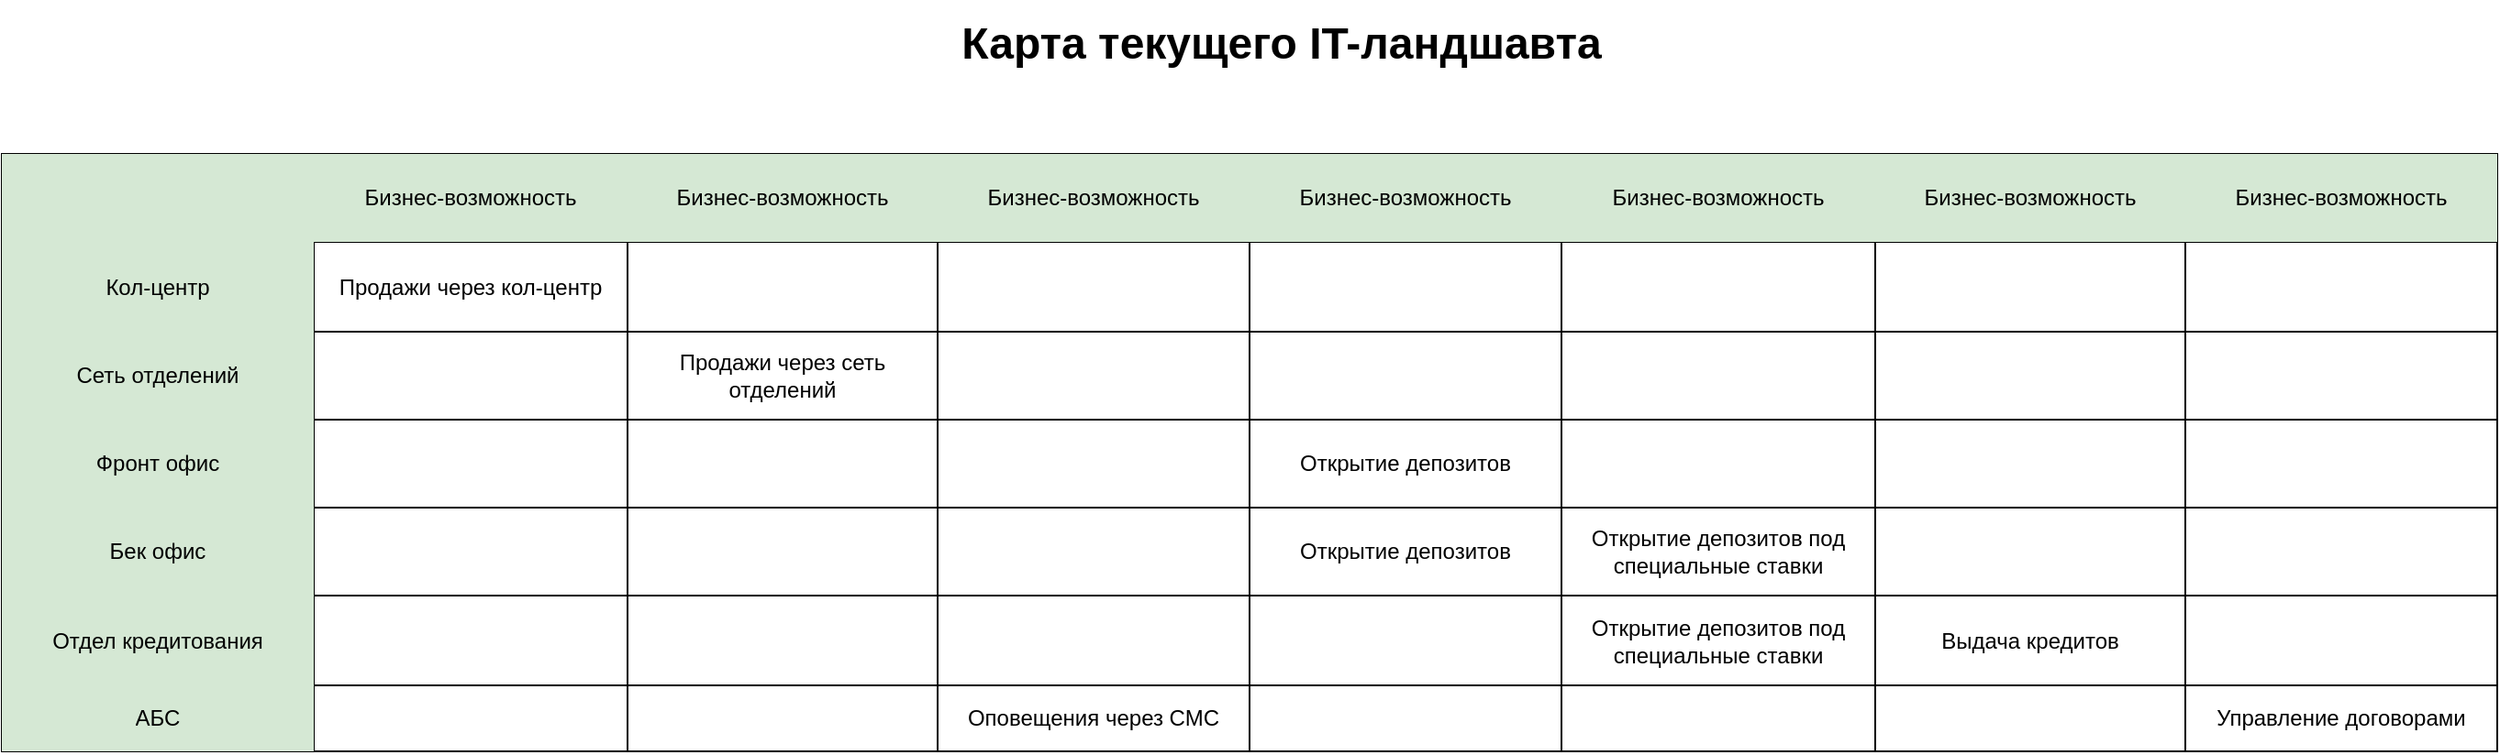
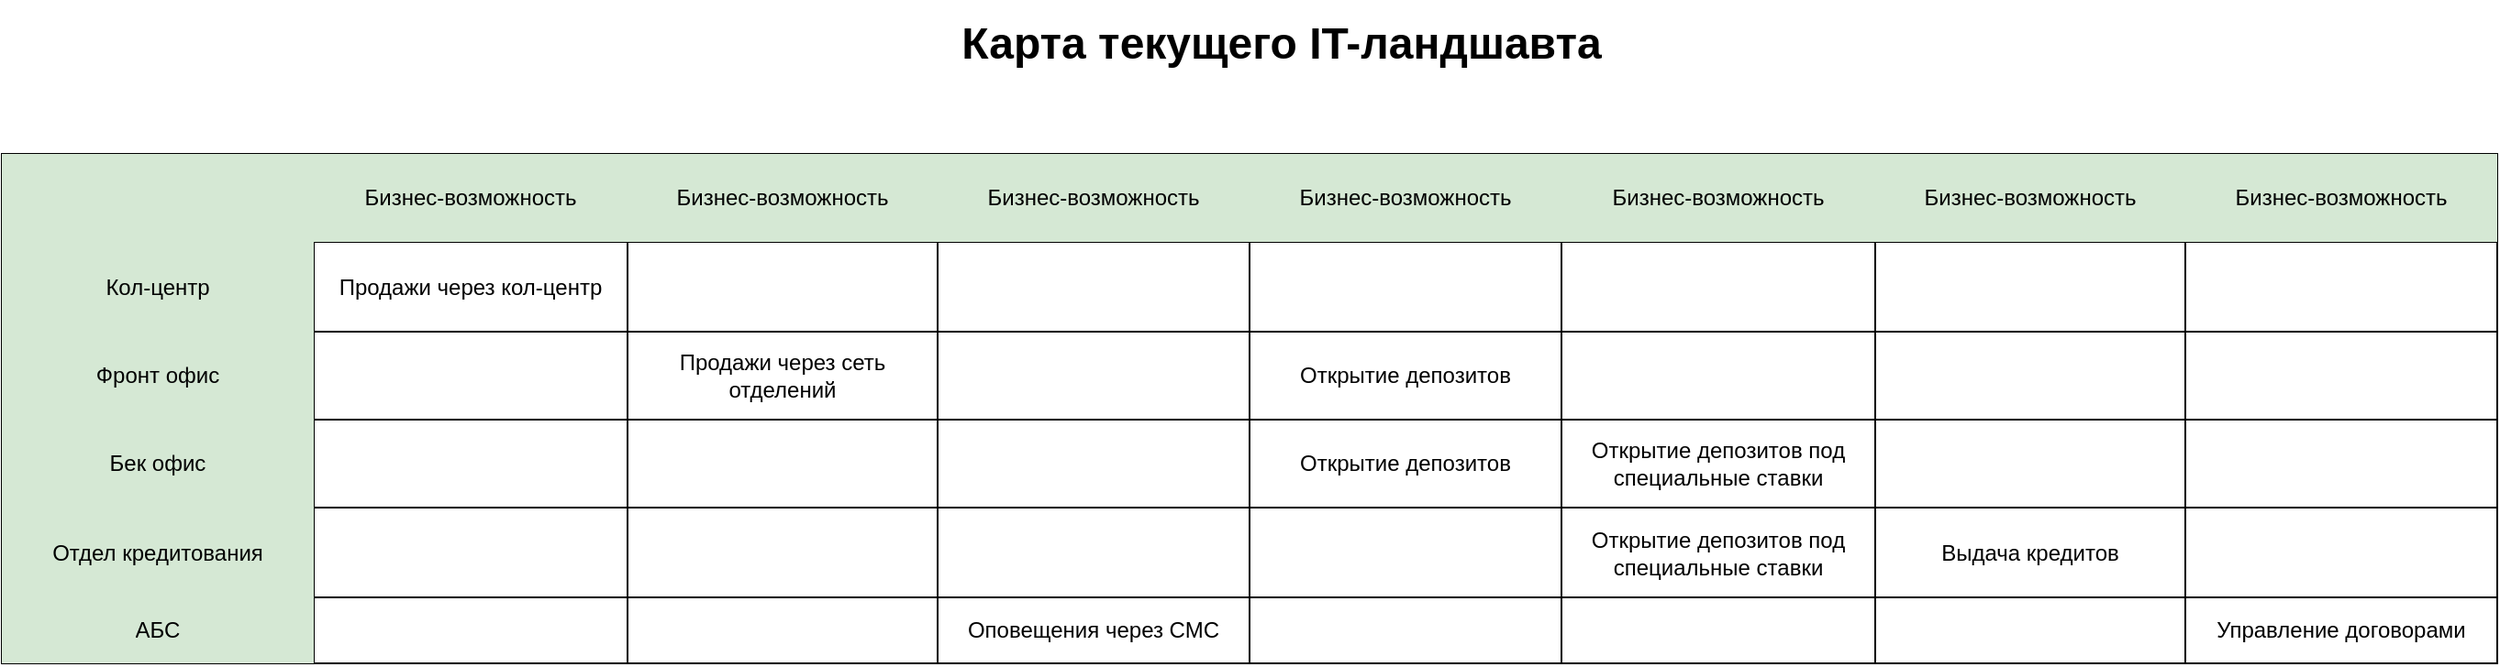
<mxfile host="Electron" agent="Mozilla/5.0 (Windows NT 10.0; Win64; x64) AppleWebKit/537.36 (KHTML, like Gecko) draw.io/28.0.4 Chrome/138.0.7204.97 Electron/37.2.1 Safari/537.36" version="28.0.4">
  <diagram name="Page-1" id="bd83a815-5ea8-2e97-e5ec-87c9f400f2fa">
-     <mxGraphModel dx="2084" dy="1252" grid="1" gridSize="10" guides="1" tooltips="1" connect="1" arrows="1" fold="1" page="1" pageScale="1.5" pageWidth="1169" pageHeight="826" background="none" math="0" shadow="0">
+     <mxGraphModel dx="1042" dy="626" grid="1" gridSize="10" guides="1" tooltips="1" connect="1" arrows="1" fold="1" page="1" pageScale="1.5" pageWidth="1169" pageHeight="826" background="none" math="0" shadow="0">
      <root>
        <mxCell id="0" style=";html=1;" />
        <mxCell id="1" style=";html=1;" parent="0" />
        <mxCell id="1516e18e63f93b96-3" value="Карта текущего IT-ландшавта" style="text;strokeColor=none;fillColor=none;html=1;fontSize=24;fontStyle=1;verticalAlign=middle;align=center;rounded=0;shadow=1;" parent="1" vertex="1">
          <mxGeometry x="487" y="70" width="780" height="40" as="geometry" />
        </mxCell>
-         <mxCell id="Nek5XBPTCzxstixbVNgh-3" value="" style="shape=table;startSize=0;container=1;collapsible=0;childLayout=tableLayout;" vertex="1" parent="1">
-           <mxGeometry x="180" y="150" width="1360" height="326" as="geometry" />
-         </mxCell>
-         <mxCell id="Nek5XBPTCzxstixbVNgh-4" value="" style="shape=tableRow;horizontal=0;startSize=0;swimlaneHead=0;swimlaneBody=0;strokeColor=inherit;top=0;left=0;bottom=0;right=0;collapsible=0;dropTarget=0;fillColor=none;points=[[0,0.5],[1,0.5]];portConstraint=eastwest;" vertex="1" parent="Nek5XBPTCzxstixbVNgh-3">
+         <mxCell id="Nek5XBPTCzxstixbVNgh-3" value="" style="shape=table;startSize=0;container=1;collapsible=0;childLayout=tableLayout;" parent="1" vertex="1">
+           <mxGeometry x="180" y="150" width="1360" height="278" as="geometry" />
+         </mxCell>
+         <mxCell id="Nek5XBPTCzxstixbVNgh-4" value="" style="shape=tableRow;horizontal=0;startSize=0;swimlaneHead=0;swimlaneBody=0;strokeColor=inherit;top=0;left=0;bottom=0;right=0;collapsible=0;dropTarget=0;fillColor=none;points=[[0,0.5],[1,0.5]];portConstraint=eastwest;" parent="Nek5XBPTCzxstixbVNgh-3" vertex="1">
          <mxGeometry width="1360" height="48" as="geometry" />
        </mxCell>
-         <mxCell id="Nek5XBPTCzxstixbVNgh-5" value="" style="shape=partialRectangle;html=1;whiteSpace=wrap;connectable=0;strokeColor=#000000;overflow=hidden;fillColor=#d5e8d4;top=0;left=0;bottom=0;right=0;pointerEvents=1;strokeWidth=2;" vertex="1" parent="Nek5XBPTCzxstixbVNgh-4">
+         <mxCell id="Nek5XBPTCzxstixbVNgh-5" value="" style="shape=partialRectangle;html=1;whiteSpace=wrap;connectable=0;strokeColor=#000000;overflow=hidden;fillColor=#d5e8d4;top=0;left=0;bottom=0;right=0;pointerEvents=1;strokeWidth=2;" parent="Nek5XBPTCzxstixbVNgh-4" vertex="1">
          <mxGeometry width="170" height="48" as="geometry">
            <mxRectangle width="170" height="48" as="alternateBounds" />
          </mxGeometry>
        </mxCell>
-         <mxCell id="Nek5XBPTCzxstixbVNgh-6" value="Бизнес-возможность" style="shape=partialRectangle;html=1;whiteSpace=wrap;connectable=0;strokeColor=#82b366;overflow=hidden;fillColor=#d5e8d4;top=0;left=0;bottom=0;right=0;pointerEvents=1;" vertex="1" parent="Nek5XBPTCzxstixbVNgh-4">
+         <mxCell id="Nek5XBPTCzxstixbVNgh-6" value="Бизнес-возможность" style="shape=partialRectangle;html=1;whiteSpace=wrap;connectable=0;strokeColor=#82b366;overflow=hidden;fillColor=#d5e8d4;top=0;left=0;bottom=0;right=0;pointerEvents=1;" parent="Nek5XBPTCzxstixbVNgh-4" vertex="1">
          <mxGeometry x="170" width="171" height="48" as="geometry">
            <mxRectangle width="171" height="48" as="alternateBounds" />
          </mxGeometry>
        </mxCell>
-         <mxCell id="Nek5XBPTCzxstixbVNgh-7" value="Бизнес-возможность" style="shape=partialRectangle;html=1;whiteSpace=wrap;connectable=0;strokeColor=#82b366;overflow=hidden;fillColor=#d5e8d4;top=0;left=0;bottom=0;right=0;pointerEvents=1;" vertex="1" parent="Nek5XBPTCzxstixbVNgh-4">
+         <mxCell id="Nek5XBPTCzxstixbVNgh-7" value="Бизнес-возможность" style="shape=partialRectangle;html=1;whiteSpace=wrap;connectable=0;strokeColor=#82b366;overflow=hidden;fillColor=#d5e8d4;top=0;left=0;bottom=0;right=0;pointerEvents=1;" parent="Nek5XBPTCzxstixbVNgh-4" vertex="1">
          <mxGeometry x="341" width="169" height="48" as="geometry">
            <mxRectangle width="169" height="48" as="alternateBounds" />
          </mxGeometry>
        </mxCell>
-         <mxCell id="Nek5XBPTCzxstixbVNgh-8" value="Бизнес-возможность" style="shape=partialRectangle;html=1;whiteSpace=wrap;connectable=0;strokeColor=#82b366;overflow=hidden;fillColor=#d5e8d4;top=0;left=0;bottom=0;right=0;pointerEvents=1;" vertex="1" parent="Nek5XBPTCzxstixbVNgh-4">
+         <mxCell id="Nek5XBPTCzxstixbVNgh-8" value="Бизнес-возможность" style="shape=partialRectangle;html=1;whiteSpace=wrap;connectable=0;strokeColor=#82b366;overflow=hidden;fillColor=#d5e8d4;top=0;left=0;bottom=0;right=0;pointerEvents=1;" parent="Nek5XBPTCzxstixbVNgh-4" vertex="1">
          <mxGeometry x="510" width="170" height="48" as="geometry">
            <mxRectangle width="170" height="48" as="alternateBounds" />
          </mxGeometry>
        </mxCell>
-         <mxCell id="Nek5XBPTCzxstixbVNgh-9" value="Бизнес-возможность" style="shape=partialRectangle;html=1;whiteSpace=wrap;connectable=0;strokeColor=#82b366;overflow=hidden;fillColor=#d5e8d4;top=0;left=0;bottom=0;right=0;pointerEvents=1;" vertex="1" parent="Nek5XBPTCzxstixbVNgh-4">
+         <mxCell id="Nek5XBPTCzxstixbVNgh-9" value="Бизнес-возможность" style="shape=partialRectangle;html=1;whiteSpace=wrap;connectable=0;strokeColor=#82b366;overflow=hidden;fillColor=#d5e8d4;top=0;left=0;bottom=0;right=0;pointerEvents=1;" parent="Nek5XBPTCzxstixbVNgh-4" vertex="1">
          <mxGeometry x="680" width="170" height="48" as="geometry">
            <mxRectangle width="170" height="48" as="alternateBounds" />
          </mxGeometry>
        </mxCell>
-         <mxCell id="Nek5XBPTCzxstixbVNgh-10" value="Бизнес-возможность" style="shape=partialRectangle;html=1;whiteSpace=wrap;connectable=0;strokeColor=#82b366;overflow=hidden;fillColor=#d5e8d4;top=0;left=0;bottom=0;right=0;pointerEvents=1;" vertex="1" parent="Nek5XBPTCzxstixbVNgh-4">
+         <mxCell id="Nek5XBPTCzxstixbVNgh-10" value="Бизнес-возможность" style="shape=partialRectangle;html=1;whiteSpace=wrap;connectable=0;strokeColor=#82b366;overflow=hidden;fillColor=#d5e8d4;top=0;left=0;bottom=0;right=0;pointerEvents=1;" parent="Nek5XBPTCzxstixbVNgh-4" vertex="1">
          <mxGeometry x="850" width="171" height="48" as="geometry">
            <mxRectangle width="171" height="48" as="alternateBounds" />
          </mxGeometry>
        </mxCell>
-         <mxCell id="Nek5XBPTCzxstixbVNgh-11" value="Бизнес-возможность" style="shape=partialRectangle;html=1;whiteSpace=wrap;connectable=0;strokeColor=#82b366;overflow=hidden;fillColor=#d5e8d4;top=0;left=0;bottom=0;right=0;pointerEvents=1;" vertex="1" parent="Nek5XBPTCzxstixbVNgh-4">
+         <mxCell id="Nek5XBPTCzxstixbVNgh-11" value="Бизнес-возможность" style="shape=partialRectangle;html=1;whiteSpace=wrap;connectable=0;strokeColor=#82b366;overflow=hidden;fillColor=#d5e8d4;top=0;left=0;bottom=0;right=0;pointerEvents=1;" parent="Nek5XBPTCzxstixbVNgh-4" vertex="1">
          <mxGeometry x="1021" width="169" height="48" as="geometry">
            <mxRectangle width="169" height="48" as="alternateBounds" />
          </mxGeometry>
        </mxCell>
-         <mxCell id="Nek5XBPTCzxstixbVNgh-12" value="Бизнес-возможность" style="shape=partialRectangle;html=1;whiteSpace=wrap;connectable=0;strokeColor=#82b366;overflow=hidden;fillColor=#d5e8d4;top=0;left=0;bottom=0;right=0;pointerEvents=1;" vertex="1" parent="Nek5XBPTCzxstixbVNgh-4">
+         <mxCell id="Nek5XBPTCzxstixbVNgh-12" value="Бизнес-возможность" style="shape=partialRectangle;html=1;whiteSpace=wrap;connectable=0;strokeColor=#82b366;overflow=hidden;fillColor=#d5e8d4;top=0;left=0;bottom=0;right=0;pointerEvents=1;" parent="Nek5XBPTCzxstixbVNgh-4" vertex="1">
          <mxGeometry x="1190" width="170" height="48" as="geometry">
            <mxRectangle width="170" height="48" as="alternateBounds" />
          </mxGeometry>
        </mxCell>
-         <mxCell id="Nek5XBPTCzxstixbVNgh-13" value="" style="shape=tableRow;horizontal=0;startSize=0;swimlaneHead=0;swimlaneBody=0;strokeColor=inherit;top=0;left=0;bottom=0;right=0;collapsible=0;dropTarget=0;fillColor=none;points=[[0,0.5],[1,0.5]];portConstraint=eastwest;" vertex="1" parent="Nek5XBPTCzxstixbVNgh-3">
+         <mxCell id="Nek5XBPTCzxstixbVNgh-13" value="" style="shape=tableRow;horizontal=0;startSize=0;swimlaneHead=0;swimlaneBody=0;strokeColor=inherit;top=0;left=0;bottom=0;right=0;collapsible=0;dropTarget=0;fillColor=none;points=[[0,0.5],[1,0.5]];portConstraint=eastwest;" parent="Nek5XBPTCzxstixbVNgh-3" vertex="1">
          <mxGeometry y="48" width="1360" height="49" as="geometry" />
        </mxCell>
-         <mxCell id="Nek5XBPTCzxstixbVNgh-14" value="Кол-центр" style="shape=partialRectangle;html=1;whiteSpace=wrap;connectable=0;strokeColor=#000000;overflow=hidden;fillColor=#d5e8d4;top=0;left=0;bottom=0;right=0;pointerEvents=1;strokeWidth=2;perimeterSpacing=2;" vertex="1" parent="Nek5XBPTCzxstixbVNgh-13">
+         <mxCell id="Nek5XBPTCzxstixbVNgh-14" value="Кол-центр" style="shape=partialRectangle;html=1;whiteSpace=wrap;connectable=0;strokeColor=#000000;overflow=hidden;fillColor=#d5e8d4;top=0;left=0;bottom=0;right=0;pointerEvents=1;strokeWidth=2;perimeterSpacing=2;" parent="Nek5XBPTCzxstixbVNgh-13" vertex="1">
          <mxGeometry width="170" height="49" as="geometry">
            <mxRectangle width="170" height="49" as="alternateBounds" />
          </mxGeometry>
        </mxCell>
-         <mxCell id="Nek5XBPTCzxstixbVNgh-15" value="Продажи через кол-центр" style="shape=partialRectangle;html=1;whiteSpace=wrap;connectable=0;strokeColor=inherit;overflow=hidden;fillColor=none;top=0;left=0;bottom=0;right=0;pointerEvents=1;" vertex="1" parent="Nek5XBPTCzxstixbVNgh-13">
+         <mxCell id="Nek5XBPTCzxstixbVNgh-15" value="Продажи через кол-центр" style="shape=partialRectangle;html=1;whiteSpace=wrap;connectable=0;strokeColor=inherit;overflow=hidden;fillColor=none;top=0;left=0;bottom=0;right=0;pointerEvents=1;" parent="Nek5XBPTCzxstixbVNgh-13" vertex="1">
          <mxGeometry x="170" width="171" height="49" as="geometry">
            <mxRectangle width="171" height="49" as="alternateBounds" />
          </mxGeometry>
        </mxCell>
-         <mxCell id="Nek5XBPTCzxstixbVNgh-16" value="" style="shape=partialRectangle;html=1;whiteSpace=wrap;connectable=0;strokeColor=inherit;overflow=hidden;fillColor=none;top=0;left=0;bottom=0;right=0;pointerEvents=1;" vertex="1" parent="Nek5XBPTCzxstixbVNgh-13">
+         <mxCell id="Nek5XBPTCzxstixbVNgh-16" value="" style="shape=partialRectangle;html=1;whiteSpace=wrap;connectable=0;strokeColor=inherit;overflow=hidden;fillColor=none;top=0;left=0;bottom=0;right=0;pointerEvents=1;" parent="Nek5XBPTCzxstixbVNgh-13" vertex="1">
          <mxGeometry x="341" width="169" height="49" as="geometry">
            <mxRectangle width="169" height="49" as="alternateBounds" />
          </mxGeometry>
        </mxCell>
-         <mxCell id="Nek5XBPTCzxstixbVNgh-17" value="" style="shape=partialRectangle;html=1;whiteSpace=wrap;connectable=0;strokeColor=inherit;overflow=hidden;fillColor=none;top=0;left=0;bottom=0;right=0;pointerEvents=1;" vertex="1" parent="Nek5XBPTCzxstixbVNgh-13">
+         <mxCell id="Nek5XBPTCzxstixbVNgh-17" value="" style="shape=partialRectangle;html=1;whiteSpace=wrap;connectable=0;strokeColor=inherit;overflow=hidden;fillColor=none;top=0;left=0;bottom=0;right=0;pointerEvents=1;" parent="Nek5XBPTCzxstixbVNgh-13" vertex="1">
          <mxGeometry x="510" width="170" height="49" as="geometry">
            <mxRectangle width="170" height="49" as="alternateBounds" />
          </mxGeometry>
        </mxCell>
-         <mxCell id="Nek5XBPTCzxstixbVNgh-18" value="" style="shape=partialRectangle;html=1;whiteSpace=wrap;connectable=0;strokeColor=inherit;overflow=hidden;fillColor=none;top=0;left=0;bottom=0;right=0;pointerEvents=1;" vertex="1" parent="Nek5XBPTCzxstixbVNgh-13">
+         <mxCell id="Nek5XBPTCzxstixbVNgh-18" value="" style="shape=partialRectangle;html=1;whiteSpace=wrap;connectable=0;strokeColor=inherit;overflow=hidden;fillColor=none;top=0;left=0;bottom=0;right=0;pointerEvents=1;" parent="Nek5XBPTCzxstixbVNgh-13" vertex="1">
          <mxGeometry x="680" width="170" height="49" as="geometry">
            <mxRectangle width="170" height="49" as="alternateBounds" />
          </mxGeometry>
        </mxCell>
-         <mxCell id="Nek5XBPTCzxstixbVNgh-19" value="" style="shape=partialRectangle;html=1;whiteSpace=wrap;connectable=0;strokeColor=inherit;overflow=hidden;fillColor=none;top=0;left=0;bottom=0;right=0;pointerEvents=1;" vertex="1" parent="Nek5XBPTCzxstixbVNgh-13">
+         <mxCell id="Nek5XBPTCzxstixbVNgh-19" value="" style="shape=partialRectangle;html=1;whiteSpace=wrap;connectable=0;strokeColor=inherit;overflow=hidden;fillColor=none;top=0;left=0;bottom=0;right=0;pointerEvents=1;" parent="Nek5XBPTCzxstixbVNgh-13" vertex="1">
          <mxGeometry x="850" width="171" height="49" as="geometry">
            <mxRectangle width="171" height="49" as="alternateBounds" />
          </mxGeometry>
        </mxCell>
-         <mxCell id="Nek5XBPTCzxstixbVNgh-20" value="" style="shape=partialRectangle;html=1;whiteSpace=wrap;connectable=0;strokeColor=inherit;overflow=hidden;fillColor=none;top=0;left=0;bottom=0;right=0;pointerEvents=1;" vertex="1" parent="Nek5XBPTCzxstixbVNgh-13">
+         <mxCell id="Nek5XBPTCzxstixbVNgh-20" value="" style="shape=partialRectangle;html=1;whiteSpace=wrap;connectable=0;strokeColor=inherit;overflow=hidden;fillColor=none;top=0;left=0;bottom=0;right=0;pointerEvents=1;" parent="Nek5XBPTCzxstixbVNgh-13" vertex="1">
          <mxGeometry x="1021" width="169" height="49" as="geometry">
            <mxRectangle width="169" height="49" as="alternateBounds" />
          </mxGeometry>
        </mxCell>
-         <mxCell id="Nek5XBPTCzxstixbVNgh-21" value="" style="shape=partialRectangle;html=1;whiteSpace=wrap;connectable=0;strokeColor=inherit;overflow=hidden;fillColor=none;top=0;left=0;bottom=0;right=0;pointerEvents=1;" vertex="1" parent="Nek5XBPTCzxstixbVNgh-13">
+         <mxCell id="Nek5XBPTCzxstixbVNgh-21" value="" style="shape=partialRectangle;html=1;whiteSpace=wrap;connectable=0;strokeColor=inherit;overflow=hidden;fillColor=none;top=0;left=0;bottom=0;right=0;pointerEvents=1;" parent="Nek5XBPTCzxstixbVNgh-13" vertex="1">
          <mxGeometry x="1190" width="170" height="49" as="geometry">
            <mxRectangle width="170" height="49" as="alternateBounds" />
          </mxGeometry>
        </mxCell>
-         <mxCell id="Nek5XBPTCzxstixbVNgh-22" value="" style="shape=tableRow;horizontal=0;startSize=0;swimlaneHead=0;swimlaneBody=0;strokeColor=inherit;top=0;left=0;bottom=0;right=0;collapsible=0;dropTarget=0;fillColor=none;points=[[0,0.5],[1,0.5]];portConstraint=eastwest;" vertex="1" parent="Nek5XBPTCzxstixbVNgh-3">
+         <mxCell id="Nek5XBPTCzxstixbVNgh-31" value="" style="shape=tableRow;horizontal=0;startSize=0;swimlaneHead=0;swimlaneBody=0;strokeColor=inherit;top=0;left=0;bottom=0;right=0;collapsible=0;dropTarget=0;fillColor=none;points=[[0,0.5],[1,0.5]];portConstraint=eastwest;" parent="Nek5XBPTCzxstixbVNgh-3" vertex="1">
          <mxGeometry y="97" width="1360" height="48" as="geometry" />
        </mxCell>
-         <mxCell id="Nek5XBPTCzxstixbVNgh-23" value="Сеть отделений" style="shape=partialRectangle;html=1;whiteSpace=wrap;connectable=0;strokeColor=#000000;overflow=hidden;fillColor=#d5e8d4;top=0;left=0;bottom=0;right=0;pointerEvents=1;strokeWidth=2;" vertex="1" parent="Nek5XBPTCzxstixbVNgh-22">
+         <mxCell id="Nek5XBPTCzxstixbVNgh-32" value="Фронт офис" style="shape=partialRectangle;html=1;whiteSpace=wrap;connectable=0;strokeColor=#000000;overflow=hidden;fillColor=#d5e8d4;top=0;left=0;bottom=0;right=0;pointerEvents=1;strokeWidth=2;" parent="Nek5XBPTCzxstixbVNgh-31" vertex="1">
          <mxGeometry width="170" height="48" as="geometry">
            <mxRectangle width="170" height="48" as="alternateBounds" />
          </mxGeometry>
        </mxCell>
-         <mxCell id="Nek5XBPTCzxstixbVNgh-24" value="" style="shape=partialRectangle;html=1;whiteSpace=wrap;connectable=0;strokeColor=inherit;overflow=hidden;fillColor=none;top=0;left=0;bottom=0;right=0;pointerEvents=1;" vertex="1" parent="Nek5XBPTCzxstixbVNgh-22">
+         <mxCell id="Nek5XBPTCzxstixbVNgh-33" value="" style="shape=partialRectangle;html=1;whiteSpace=wrap;connectable=0;strokeColor=inherit;overflow=hidden;fillColor=none;top=0;left=0;bottom=0;right=0;pointerEvents=1;" parent="Nek5XBPTCzxstixbVNgh-31" vertex="1">
          <mxGeometry x="170" width="171" height="48" as="geometry">
            <mxRectangle width="171" height="48" as="alternateBounds" />
          </mxGeometry>
        </mxCell>
-         <mxCell id="Nek5XBPTCzxstixbVNgh-25" value="Продажи через сеть отделений" style="shape=partialRectangle;html=1;whiteSpace=wrap;connectable=0;strokeColor=inherit;overflow=hidden;fillColor=none;top=0;left=0;bottom=0;right=0;pointerEvents=1;" vertex="1" parent="Nek5XBPTCzxstixbVNgh-22">
+         <mxCell id="Nek5XBPTCzxstixbVNgh-34" value="Продажи через сеть отделений" style="shape=partialRectangle;html=1;whiteSpace=wrap;connectable=0;strokeColor=inherit;overflow=hidden;fillColor=none;top=0;left=0;bottom=0;right=0;pointerEvents=1;" parent="Nek5XBPTCzxstixbVNgh-31" vertex="1">
          <mxGeometry x="341" width="169" height="48" as="geometry">
            <mxRectangle width="169" height="48" as="alternateBounds" />
          </mxGeometry>
        </mxCell>
-         <mxCell id="Nek5XBPTCzxstixbVNgh-26" value="" style="shape=partialRectangle;html=1;whiteSpace=wrap;connectable=0;strokeColor=inherit;overflow=hidden;fillColor=none;top=0;left=0;bottom=0;right=0;pointerEvents=1;" vertex="1" parent="Nek5XBPTCzxstixbVNgh-22">
+         <mxCell id="Nek5XBPTCzxstixbVNgh-35" value="" style="shape=partialRectangle;html=1;whiteSpace=wrap;connectable=0;strokeColor=inherit;overflow=hidden;fillColor=none;top=0;left=0;bottom=0;right=0;pointerEvents=1;" parent="Nek5XBPTCzxstixbVNgh-31" vertex="1">
          <mxGeometry x="510" width="170" height="48" as="geometry">
            <mxRectangle width="170" height="48" as="alternateBounds" />
          </mxGeometry>
        </mxCell>
-         <mxCell id="Nek5XBPTCzxstixbVNgh-27" value="" style="shape=partialRectangle;html=1;whiteSpace=wrap;connectable=0;strokeColor=inherit;overflow=hidden;fillColor=none;top=0;left=0;bottom=0;right=0;pointerEvents=1;" vertex="1" parent="Nek5XBPTCzxstixbVNgh-22">
+         <mxCell id="Nek5XBPTCzxstixbVNgh-36" value="Открытие депозитов" style="shape=partialRectangle;html=1;whiteSpace=wrap;connectable=0;strokeColor=inherit;overflow=hidden;fillColor=none;top=0;left=0;bottom=0;right=0;pointerEvents=1;" parent="Nek5XBPTCzxstixbVNgh-31" vertex="1">
          <mxGeometry x="680" width="170" height="48" as="geometry">
            <mxRectangle width="170" height="48" as="alternateBounds" />
          </mxGeometry>
        </mxCell>
-         <mxCell id="Nek5XBPTCzxstixbVNgh-28" value="" style="shape=partialRectangle;html=1;whiteSpace=wrap;connectable=0;strokeColor=inherit;overflow=hidden;fillColor=none;top=0;left=0;bottom=0;right=0;pointerEvents=1;" vertex="1" parent="Nek5XBPTCzxstixbVNgh-22">
+         <mxCell id="Nek5XBPTCzxstixbVNgh-37" value="" style="shape=partialRectangle;html=1;whiteSpace=wrap;connectable=0;strokeColor=inherit;overflow=hidden;fillColor=none;top=0;left=0;bottom=0;right=0;pointerEvents=1;" parent="Nek5XBPTCzxstixbVNgh-31" vertex="1">
          <mxGeometry x="850" width="171" height="48" as="geometry">
            <mxRectangle width="171" height="48" as="alternateBounds" />
          </mxGeometry>
        </mxCell>
-         <mxCell id="Nek5XBPTCzxstixbVNgh-29" value="" style="shape=partialRectangle;html=1;whiteSpace=wrap;connectable=0;strokeColor=inherit;overflow=hidden;fillColor=none;top=0;left=0;bottom=0;right=0;pointerEvents=1;" vertex="1" parent="Nek5XBPTCzxstixbVNgh-22">
+         <mxCell id="Nek5XBPTCzxstixbVNgh-38" value="" style="shape=partialRectangle;html=1;whiteSpace=wrap;connectable=0;strokeColor=inherit;overflow=hidden;fillColor=none;top=0;left=0;bottom=0;right=0;pointerEvents=1;" parent="Nek5XBPTCzxstixbVNgh-31" vertex="1">
          <mxGeometry x="1021" width="169" height="48" as="geometry">
            <mxRectangle width="169" height="48" as="alternateBounds" />
          </mxGeometry>
        </mxCell>
-         <mxCell id="Nek5XBPTCzxstixbVNgh-30" value="" style="shape=partialRectangle;html=1;whiteSpace=wrap;connectable=0;strokeColor=inherit;overflow=hidden;fillColor=none;top=0;left=0;bottom=0;right=0;pointerEvents=1;" vertex="1" parent="Nek5XBPTCzxstixbVNgh-22">
+         <mxCell id="Nek5XBPTCzxstixbVNgh-39" value="" style="shape=partialRectangle;html=1;whiteSpace=wrap;connectable=0;strokeColor=inherit;overflow=hidden;fillColor=none;top=0;left=0;bottom=0;right=0;pointerEvents=1;" parent="Nek5XBPTCzxstixbVNgh-31" vertex="1">
          <mxGeometry x="1190" width="170" height="48" as="geometry">
            <mxRectangle width="170" height="48" as="alternateBounds" />
          </mxGeometry>
        </mxCell>
-         <mxCell id="Nek5XBPTCzxstixbVNgh-31" value="" style="shape=tableRow;horizontal=0;startSize=0;swimlaneHead=0;swimlaneBody=0;strokeColor=inherit;top=0;left=0;bottom=0;right=0;collapsible=0;dropTarget=0;fillColor=none;points=[[0,0.5],[1,0.5]];portConstraint=eastwest;" vertex="1" parent="Nek5XBPTCzxstixbVNgh-3">
+         <mxCell id="Nek5XBPTCzxstixbVNgh-40" value="" style="shape=tableRow;horizontal=0;startSize=0;swimlaneHead=0;swimlaneBody=0;strokeColor=inherit;top=0;left=0;bottom=0;right=0;collapsible=0;dropTarget=0;fillColor=none;points=[[0,0.5],[1,0.5]];portConstraint=eastwest;" parent="Nek5XBPTCzxstixbVNgh-3" vertex="1">
          <mxGeometry y="145" width="1360" height="48" as="geometry" />
        </mxCell>
-         <mxCell id="Nek5XBPTCzxstixbVNgh-32" value="Фронт офис" style="shape=partialRectangle;html=1;whiteSpace=wrap;connectable=0;strokeColor=#000000;overflow=hidden;fillColor=#d5e8d4;top=0;left=0;bottom=0;right=0;pointerEvents=1;strokeWidth=2;" vertex="1" parent="Nek5XBPTCzxstixbVNgh-31">
+         <mxCell id="Nek5XBPTCzxstixbVNgh-41" value="Бек офис" style="shape=partialRectangle;html=1;whiteSpace=wrap;connectable=0;strokeColor=#000000;overflow=hidden;fillColor=#d5e8d4;top=0;left=0;bottom=0;right=0;pointerEvents=1;strokeWidth=2;" parent="Nek5XBPTCzxstixbVNgh-40" vertex="1">
          <mxGeometry width="170" height="48" as="geometry">
            <mxRectangle width="170" height="48" as="alternateBounds" />
          </mxGeometry>
        </mxCell>
-         <mxCell id="Nek5XBPTCzxstixbVNgh-33" value="" style="shape=partialRectangle;html=1;whiteSpace=wrap;connectable=0;strokeColor=inherit;overflow=hidden;fillColor=none;top=0;left=0;bottom=0;right=0;pointerEvents=1;" vertex="1" parent="Nek5XBPTCzxstixbVNgh-31">
+         <mxCell id="Nek5XBPTCzxstixbVNgh-42" value="" style="shape=partialRectangle;html=1;whiteSpace=wrap;connectable=0;strokeColor=inherit;overflow=hidden;fillColor=none;top=0;left=0;bottom=0;right=0;pointerEvents=1;" parent="Nek5XBPTCzxstixbVNgh-40" vertex="1">
          <mxGeometry x="170" width="171" height="48" as="geometry">
            <mxRectangle width="171" height="48" as="alternateBounds" />
          </mxGeometry>
        </mxCell>
-         <mxCell id="Nek5XBPTCzxstixbVNgh-34" value="" style="shape=partialRectangle;html=1;whiteSpace=wrap;connectable=0;strokeColor=inherit;overflow=hidden;fillColor=none;top=0;left=0;bottom=0;right=0;pointerEvents=1;" vertex="1" parent="Nek5XBPTCzxstixbVNgh-31">
+         <mxCell id="Nek5XBPTCzxstixbVNgh-43" value="" style="shape=partialRectangle;html=1;whiteSpace=wrap;connectable=0;strokeColor=inherit;overflow=hidden;fillColor=none;top=0;left=0;bottom=0;right=0;pointerEvents=1;" parent="Nek5XBPTCzxstixbVNgh-40" vertex="1">
          <mxGeometry x="341" width="169" height="48" as="geometry">
            <mxRectangle width="169" height="48" as="alternateBounds" />
          </mxGeometry>
        </mxCell>
-         <mxCell id="Nek5XBPTCzxstixbVNgh-35" value="" style="shape=partialRectangle;html=1;whiteSpace=wrap;connectable=0;strokeColor=inherit;overflow=hidden;fillColor=none;top=0;left=0;bottom=0;right=0;pointerEvents=1;" vertex="1" parent="Nek5XBPTCzxstixbVNgh-31">
+         <mxCell id="Nek5XBPTCzxstixbVNgh-44" value="" style="shape=partialRectangle;html=1;whiteSpace=wrap;connectable=0;strokeColor=inherit;overflow=hidden;fillColor=none;top=0;left=0;bottom=0;right=0;pointerEvents=1;" parent="Nek5XBPTCzxstixbVNgh-40" vertex="1">
          <mxGeometry x="510" width="170" height="48" as="geometry">
            <mxRectangle width="170" height="48" as="alternateBounds" />
          </mxGeometry>
        </mxCell>
-         <mxCell id="Nek5XBPTCzxstixbVNgh-36" value="Открытие депозитов" style="shape=partialRectangle;html=1;whiteSpace=wrap;connectable=0;strokeColor=inherit;overflow=hidden;fillColor=none;top=0;left=0;bottom=0;right=0;pointerEvents=1;" vertex="1" parent="Nek5XBPTCzxstixbVNgh-31">
+         <mxCell id="Nek5XBPTCzxstixbVNgh-45" value="Открытие депозитов" style="shape=partialRectangle;html=1;whiteSpace=wrap;connectable=0;strokeColor=inherit;overflow=hidden;fillColor=none;top=0;left=0;bottom=0;right=0;pointerEvents=1;" parent="Nek5XBPTCzxstixbVNgh-40" vertex="1">
          <mxGeometry x="680" width="170" height="48" as="geometry">
            <mxRectangle width="170" height="48" as="alternateBounds" />
          </mxGeometry>
        </mxCell>
-         <mxCell id="Nek5XBPTCzxstixbVNgh-37" value="" style="shape=partialRectangle;html=1;whiteSpace=wrap;connectable=0;strokeColor=inherit;overflow=hidden;fillColor=none;top=0;left=0;bottom=0;right=0;pointerEvents=1;" vertex="1" parent="Nek5XBPTCzxstixbVNgh-31">
+         <mxCell id="Nek5XBPTCzxstixbVNgh-46" value="Открытие депозитов под специальные ставки" style="shape=partialRectangle;html=1;whiteSpace=wrap;connectable=0;strokeColor=inherit;overflow=hidden;fillColor=none;top=0;left=0;bottom=0;right=0;pointerEvents=1;" parent="Nek5XBPTCzxstixbVNgh-40" vertex="1">
          <mxGeometry x="850" width="171" height="48" as="geometry">
            <mxRectangle width="171" height="48" as="alternateBounds" />
          </mxGeometry>
        </mxCell>
-         <mxCell id="Nek5XBPTCzxstixbVNgh-38" value="" style="shape=partialRectangle;html=1;whiteSpace=wrap;connectable=0;strokeColor=inherit;overflow=hidden;fillColor=none;top=0;left=0;bottom=0;right=0;pointerEvents=1;" vertex="1" parent="Nek5XBPTCzxstixbVNgh-31">
+         <mxCell id="Nek5XBPTCzxstixbVNgh-47" value="" style="shape=partialRectangle;html=1;whiteSpace=wrap;connectable=0;strokeColor=inherit;overflow=hidden;fillColor=none;top=0;left=0;bottom=0;right=0;pointerEvents=1;" parent="Nek5XBPTCzxstixbVNgh-40" vertex="1">
          <mxGeometry x="1021" width="169" height="48" as="geometry">
            <mxRectangle width="169" height="48" as="alternateBounds" />
          </mxGeometry>
        </mxCell>
-         <mxCell id="Nek5XBPTCzxstixbVNgh-39" value="" style="shape=partialRectangle;html=1;whiteSpace=wrap;connectable=0;strokeColor=inherit;overflow=hidden;fillColor=none;top=0;left=0;bottom=0;right=0;pointerEvents=1;" vertex="1" parent="Nek5XBPTCzxstixbVNgh-31">
+         <mxCell id="Nek5XBPTCzxstixbVNgh-48" value="" style="shape=partialRectangle;html=1;whiteSpace=wrap;connectable=0;strokeColor=inherit;overflow=hidden;fillColor=none;top=0;left=0;bottom=0;right=0;pointerEvents=1;" parent="Nek5XBPTCzxstixbVNgh-40" vertex="1">
          <mxGeometry x="1190" width="170" height="48" as="geometry">
            <mxRectangle width="170" height="48" as="alternateBounds" />
          </mxGeometry>
        </mxCell>
-         <mxCell id="Nek5XBPTCzxstixbVNgh-40" value="" style="shape=tableRow;horizontal=0;startSize=0;swimlaneHead=0;swimlaneBody=0;strokeColor=inherit;top=0;left=0;bottom=0;right=0;collapsible=0;dropTarget=0;fillColor=none;points=[[0,0.5],[1,0.5]];portConstraint=eastwest;" vertex="1" parent="Nek5XBPTCzxstixbVNgh-3">
-           <mxGeometry y="193" width="1360" height="48" as="geometry" />
-         </mxCell>
-         <mxCell id="Nek5XBPTCzxstixbVNgh-41" value="Бек офис" style="shape=partialRectangle;html=1;whiteSpace=wrap;connectable=0;strokeColor=#000000;overflow=hidden;fillColor=#d5e8d4;top=0;left=0;bottom=0;right=0;pointerEvents=1;strokeWidth=2;" vertex="1" parent="Nek5XBPTCzxstixbVNgh-40">
-           <mxGeometry width="170" height="48" as="geometry">
-             <mxRectangle width="170" height="48" as="alternateBounds" />
-           </mxGeometry>
-         </mxCell>
-         <mxCell id="Nek5XBPTCzxstixbVNgh-42" value="" style="shape=partialRectangle;html=1;whiteSpace=wrap;connectable=0;strokeColor=inherit;overflow=hidden;fillColor=none;top=0;left=0;bottom=0;right=0;pointerEvents=1;" vertex="1" parent="Nek5XBPTCzxstixbVNgh-40">
-           <mxGeometry x="170" width="171" height="48" as="geometry">
-             <mxRectangle width="171" height="48" as="alternateBounds" />
-           </mxGeometry>
-         </mxCell>
-         <mxCell id="Nek5XBPTCzxstixbVNgh-43" value="" style="shape=partialRectangle;html=1;whiteSpace=wrap;connectable=0;strokeColor=inherit;overflow=hidden;fillColor=none;top=0;left=0;bottom=0;right=0;pointerEvents=1;" vertex="1" parent="Nek5XBPTCzxstixbVNgh-40">
-           <mxGeometry x="341" width="169" height="48" as="geometry">
-             <mxRectangle width="169" height="48" as="alternateBounds" />
-           </mxGeometry>
-         </mxCell>
-         <mxCell id="Nek5XBPTCzxstixbVNgh-44" value="" style="shape=partialRectangle;html=1;whiteSpace=wrap;connectable=0;strokeColor=inherit;overflow=hidden;fillColor=none;top=0;left=0;bottom=0;right=0;pointerEvents=1;" vertex="1" parent="Nek5XBPTCzxstixbVNgh-40">
-           <mxGeometry x="510" width="170" height="48" as="geometry">
-             <mxRectangle width="170" height="48" as="alternateBounds" />
-           </mxGeometry>
-         </mxCell>
-         <mxCell id="Nek5XBPTCzxstixbVNgh-45" value="Открытие депозитов" style="shape=partialRectangle;html=1;whiteSpace=wrap;connectable=0;strokeColor=inherit;overflow=hidden;fillColor=none;top=0;left=0;bottom=0;right=0;pointerEvents=1;" vertex="1" parent="Nek5XBPTCzxstixbVNgh-40">
-           <mxGeometry x="680" width="170" height="48" as="geometry">
-             <mxRectangle width="170" height="48" as="alternateBounds" />
-           </mxGeometry>
-         </mxCell>
-         <mxCell id="Nek5XBPTCzxstixbVNgh-46" value="Открытие депозитов под специальные ставки" style="shape=partialRectangle;html=1;whiteSpace=wrap;connectable=0;strokeColor=inherit;overflow=hidden;fillColor=none;top=0;left=0;bottom=0;right=0;pointerEvents=1;" vertex="1" parent="Nek5XBPTCzxstixbVNgh-40">
-           <mxGeometry x="850" width="171" height="48" as="geometry">
-             <mxRectangle width="171" height="48" as="alternateBounds" />
-           </mxGeometry>
-         </mxCell>
-         <mxCell id="Nek5XBPTCzxstixbVNgh-47" value="" style="shape=partialRectangle;html=1;whiteSpace=wrap;connectable=0;strokeColor=inherit;overflow=hidden;fillColor=none;top=0;left=0;bottom=0;right=0;pointerEvents=1;" vertex="1" parent="Nek5XBPTCzxstixbVNgh-40">
-           <mxGeometry x="1021" width="169" height="48" as="geometry">
-             <mxRectangle width="169" height="48" as="alternateBounds" />
-           </mxGeometry>
-         </mxCell>
-         <mxCell id="Nek5XBPTCzxstixbVNgh-48" value="" style="shape=partialRectangle;html=1;whiteSpace=wrap;connectable=0;strokeColor=inherit;overflow=hidden;fillColor=none;top=0;left=0;bottom=0;right=0;pointerEvents=1;" vertex="1" parent="Nek5XBPTCzxstixbVNgh-40">
-           <mxGeometry x="1190" width="170" height="48" as="geometry">
-             <mxRectangle width="170" height="48" as="alternateBounds" />
-           </mxGeometry>
-         </mxCell>
-         <mxCell id="Nek5XBPTCzxstixbVNgh-49" value="" style="shape=tableRow;horizontal=0;startSize=0;swimlaneHead=0;swimlaneBody=0;strokeColor=inherit;top=0;left=0;bottom=0;right=0;collapsible=0;dropTarget=0;fillColor=none;points=[[0,0.5],[1,0.5]];portConstraint=eastwest;" vertex="1" parent="Nek5XBPTCzxstixbVNgh-3">
-           <mxGeometry y="241" width="1360" height="49" as="geometry" />
-         </mxCell>
-         <mxCell id="Nek5XBPTCzxstixbVNgh-50" value="Отдел кредитования" style="shape=partialRectangle;html=1;whiteSpace=wrap;connectable=0;strokeColor=#000000;overflow=hidden;fillColor=#d5e8d4;top=0;left=0;bottom=0;right=0;pointerEvents=1;strokeWidth=2;" vertex="1" parent="Nek5XBPTCzxstixbVNgh-49">
+         <mxCell id="Nek5XBPTCzxstixbVNgh-49" value="" style="shape=tableRow;horizontal=0;startSize=0;swimlaneHead=0;swimlaneBody=0;strokeColor=inherit;top=0;left=0;bottom=0;right=0;collapsible=0;dropTarget=0;fillColor=none;points=[[0,0.5],[1,0.5]];portConstraint=eastwest;" parent="Nek5XBPTCzxstixbVNgh-3" vertex="1">
+           <mxGeometry y="193" width="1360" height="49" as="geometry" />
+         </mxCell>
+         <mxCell id="Nek5XBPTCzxstixbVNgh-50" value="Отдел кредитования" style="shape=partialRectangle;html=1;whiteSpace=wrap;connectable=0;strokeColor=#000000;overflow=hidden;fillColor=#d5e8d4;top=0;left=0;bottom=0;right=0;pointerEvents=1;strokeWidth=2;" parent="Nek5XBPTCzxstixbVNgh-49" vertex="1">
          <mxGeometry width="170" height="49" as="geometry">
            <mxRectangle width="170" height="49" as="alternateBounds" />
          </mxGeometry>
        </mxCell>
-         <mxCell id="Nek5XBPTCzxstixbVNgh-51" value="" style="shape=partialRectangle;html=1;whiteSpace=wrap;connectable=0;strokeColor=inherit;overflow=hidden;fillColor=none;top=0;left=0;bottom=0;right=0;pointerEvents=1;" vertex="1" parent="Nek5XBPTCzxstixbVNgh-49">
+         <mxCell id="Nek5XBPTCzxstixbVNgh-51" value="" style="shape=partialRectangle;html=1;whiteSpace=wrap;connectable=0;strokeColor=inherit;overflow=hidden;fillColor=none;top=0;left=0;bottom=0;right=0;pointerEvents=1;" parent="Nek5XBPTCzxstixbVNgh-49" vertex="1">
          <mxGeometry x="170" width="171" height="49" as="geometry">
            <mxRectangle width="171" height="49" as="alternateBounds" />
          </mxGeometry>
        </mxCell>
-         <mxCell id="Nek5XBPTCzxstixbVNgh-52" value="" style="shape=partialRectangle;html=1;whiteSpace=wrap;connectable=0;strokeColor=inherit;overflow=hidden;fillColor=none;top=0;left=0;bottom=0;right=0;pointerEvents=1;" vertex="1" parent="Nek5XBPTCzxstixbVNgh-49">
+         <mxCell id="Nek5XBPTCzxstixbVNgh-52" value="" style="shape=partialRectangle;html=1;whiteSpace=wrap;connectable=0;strokeColor=inherit;overflow=hidden;fillColor=none;top=0;left=0;bottom=0;right=0;pointerEvents=1;" parent="Nek5XBPTCzxstixbVNgh-49" vertex="1">
          <mxGeometry x="341" width="169" height="49" as="geometry">
            <mxRectangle width="169" height="49" as="alternateBounds" />
          </mxGeometry>
        </mxCell>
-         <mxCell id="Nek5XBPTCzxstixbVNgh-53" value="" style="shape=partialRectangle;html=1;whiteSpace=wrap;connectable=0;strokeColor=inherit;overflow=hidden;fillColor=none;top=0;left=0;bottom=0;right=0;pointerEvents=1;" vertex="1" parent="Nek5XBPTCzxstixbVNgh-49">
+         <mxCell id="Nek5XBPTCzxstixbVNgh-53" value="" style="shape=partialRectangle;html=1;whiteSpace=wrap;connectable=0;strokeColor=inherit;overflow=hidden;fillColor=none;top=0;left=0;bottom=0;right=0;pointerEvents=1;" parent="Nek5XBPTCzxstixbVNgh-49" vertex="1">
          <mxGeometry x="510" width="170" height="49" as="geometry">
            <mxRectangle width="170" height="49" as="alternateBounds" />
          </mxGeometry>
        </mxCell>
-         <mxCell id="Nek5XBPTCzxstixbVNgh-54" value="" style="shape=partialRectangle;html=1;whiteSpace=wrap;connectable=0;strokeColor=inherit;overflow=hidden;fillColor=none;top=0;left=0;bottom=0;right=0;pointerEvents=1;" vertex="1" parent="Nek5XBPTCzxstixbVNgh-49">
+         <mxCell id="Nek5XBPTCzxstixbVNgh-54" value="" style="shape=partialRectangle;html=1;whiteSpace=wrap;connectable=0;strokeColor=inherit;overflow=hidden;fillColor=none;top=0;left=0;bottom=0;right=0;pointerEvents=1;" parent="Nek5XBPTCzxstixbVNgh-49" vertex="1">
          <mxGeometry x="680" width="170" height="49" as="geometry">
            <mxRectangle width="170" height="49" as="alternateBounds" />
          </mxGeometry>
        </mxCell>
-         <mxCell id="Nek5XBPTCzxstixbVNgh-55" value="Открытие депозитов под специальные ставки" style="shape=partialRectangle;html=1;whiteSpace=wrap;connectable=0;strokeColor=inherit;overflow=hidden;fillColor=none;top=0;left=0;bottom=0;right=0;pointerEvents=1;" vertex="1" parent="Nek5XBPTCzxstixbVNgh-49">
+         <mxCell id="Nek5XBPTCzxstixbVNgh-55" value="Открытие депозитов под специальные ставки" style="shape=partialRectangle;html=1;whiteSpace=wrap;connectable=0;strokeColor=inherit;overflow=hidden;fillColor=none;top=0;left=0;bottom=0;right=0;pointerEvents=1;" parent="Nek5XBPTCzxstixbVNgh-49" vertex="1">
          <mxGeometry x="850" width="171" height="49" as="geometry">
            <mxRectangle width="171" height="49" as="alternateBounds" />
          </mxGeometry>
        </mxCell>
-         <mxCell id="Nek5XBPTCzxstixbVNgh-56" value="Выдача кредитов" style="shape=partialRectangle;html=1;whiteSpace=wrap;connectable=0;strokeColor=inherit;overflow=hidden;fillColor=none;top=0;left=0;bottom=0;right=0;pointerEvents=1;" vertex="1" parent="Nek5XBPTCzxstixbVNgh-49">
+         <mxCell id="Nek5XBPTCzxstixbVNgh-56" value="Выдача кредитов" style="shape=partialRectangle;html=1;whiteSpace=wrap;connectable=0;strokeColor=inherit;overflow=hidden;fillColor=none;top=0;left=0;bottom=0;right=0;pointerEvents=1;" parent="Nek5XBPTCzxstixbVNgh-49" vertex="1">
          <mxGeometry x="1021" width="169" height="49" as="geometry">
            <mxRectangle width="169" height="49" as="alternateBounds" />
          </mxGeometry>
        </mxCell>
-         <mxCell id="Nek5XBPTCzxstixbVNgh-57" value="" style="shape=partialRectangle;html=1;whiteSpace=wrap;connectable=0;strokeColor=inherit;overflow=hidden;fillColor=none;top=0;left=0;bottom=0;right=0;pointerEvents=1;" vertex="1" parent="Nek5XBPTCzxstixbVNgh-49">
+         <mxCell id="Nek5XBPTCzxstixbVNgh-57" value="" style="shape=partialRectangle;html=1;whiteSpace=wrap;connectable=0;strokeColor=inherit;overflow=hidden;fillColor=none;top=0;left=0;bottom=0;right=0;pointerEvents=1;" parent="Nek5XBPTCzxstixbVNgh-49" vertex="1">
          <mxGeometry x="1190" width="170" height="49" as="geometry">
            <mxRectangle width="170" height="49" as="alternateBounds" />
          </mxGeometry>
        </mxCell>
-         <mxCell id="Nek5XBPTCzxstixbVNgh-58" value="" style="shape=tableRow;horizontal=0;startSize=0;swimlaneHead=0;swimlaneBody=0;strokeColor=inherit;top=0;left=0;bottom=0;right=0;collapsible=0;dropTarget=0;fillColor=none;points=[[0,0.5],[1,0.5]];portConstraint=eastwest;" vertex="1" parent="Nek5XBPTCzxstixbVNgh-3">
-           <mxGeometry y="290" width="1360" height="36" as="geometry" />
-         </mxCell>
-         <mxCell id="Nek5XBPTCzxstixbVNgh-59" value="АБС" style="shape=partialRectangle;html=1;whiteSpace=wrap;connectable=0;strokeColor=#000000;overflow=hidden;fillColor=#d5e8d4;top=0;left=0;bottom=0;right=0;pointerEvents=1;strokeWidth=2;" vertex="1" parent="Nek5XBPTCzxstixbVNgh-58">
+         <mxCell id="Nek5XBPTCzxstixbVNgh-58" value="" style="shape=tableRow;horizontal=0;startSize=0;swimlaneHead=0;swimlaneBody=0;strokeColor=inherit;top=0;left=0;bottom=0;right=0;collapsible=0;dropTarget=0;fillColor=none;points=[[0,0.5],[1,0.5]];portConstraint=eastwest;" parent="Nek5XBPTCzxstixbVNgh-3" vertex="1">
+           <mxGeometry y="242" width="1360" height="36" as="geometry" />
+         </mxCell>
+         <mxCell id="Nek5XBPTCzxstixbVNgh-59" value="АБС" style="shape=partialRectangle;html=1;whiteSpace=wrap;connectable=0;strokeColor=#000000;overflow=hidden;fillColor=#d5e8d4;top=0;left=0;bottom=0;right=0;pointerEvents=1;strokeWidth=2;" parent="Nek5XBPTCzxstixbVNgh-58" vertex="1">
          <mxGeometry width="170" height="36" as="geometry">
            <mxRectangle width="170" height="36" as="alternateBounds" />
          </mxGeometry>
        </mxCell>
-         <mxCell id="Nek5XBPTCzxstixbVNgh-60" value="" style="shape=partialRectangle;html=1;whiteSpace=wrap;connectable=0;strokeColor=inherit;overflow=hidden;fillColor=none;top=0;left=0;bottom=0;right=0;pointerEvents=1;" vertex="1" parent="Nek5XBPTCzxstixbVNgh-58">
+         <mxCell id="Nek5XBPTCzxstixbVNgh-60" value="" style="shape=partialRectangle;html=1;whiteSpace=wrap;connectable=0;strokeColor=inherit;overflow=hidden;fillColor=none;top=0;left=0;bottom=0;right=0;pointerEvents=1;" parent="Nek5XBPTCzxstixbVNgh-58" vertex="1">
          <mxGeometry x="170" width="171" height="36" as="geometry">
            <mxRectangle width="171" height="36" as="alternateBounds" />
          </mxGeometry>
        </mxCell>
-         <mxCell id="Nek5XBPTCzxstixbVNgh-61" value="" style="shape=partialRectangle;html=1;whiteSpace=wrap;connectable=0;strokeColor=inherit;overflow=hidden;fillColor=none;top=0;left=0;bottom=0;right=0;pointerEvents=1;" vertex="1" parent="Nek5XBPTCzxstixbVNgh-58">
+         <mxCell id="Nek5XBPTCzxstixbVNgh-61" value="" style="shape=partialRectangle;html=1;whiteSpace=wrap;connectable=0;strokeColor=inherit;overflow=hidden;fillColor=none;top=0;left=0;bottom=0;right=0;pointerEvents=1;" parent="Nek5XBPTCzxstixbVNgh-58" vertex="1">
          <mxGeometry x="341" width="169" height="36" as="geometry">
            <mxRectangle width="169" height="36" as="alternateBounds" />
          </mxGeometry>
        </mxCell>
-         <mxCell id="Nek5XBPTCzxstixbVNgh-62" value="Оповещения через СМС" style="shape=partialRectangle;html=1;whiteSpace=wrap;connectable=0;strokeColor=inherit;overflow=hidden;fillColor=none;top=0;left=0;bottom=0;right=0;pointerEvents=1;" vertex="1" parent="Nek5XBPTCzxstixbVNgh-58">
+         <mxCell id="Nek5XBPTCzxstixbVNgh-62" value="Оповещения через СМС" style="shape=partialRectangle;html=1;whiteSpace=wrap;connectable=0;strokeColor=inherit;overflow=hidden;fillColor=none;top=0;left=0;bottom=0;right=0;pointerEvents=1;" parent="Nek5XBPTCzxstixbVNgh-58" vertex="1">
          <mxGeometry x="510" width="170" height="36" as="geometry">
            <mxRectangle width="170" height="36" as="alternateBounds" />
          </mxGeometry>
        </mxCell>
-         <mxCell id="Nek5XBPTCzxstixbVNgh-63" value="" style="shape=partialRectangle;html=1;whiteSpace=wrap;connectable=0;strokeColor=inherit;overflow=hidden;fillColor=none;top=0;left=0;bottom=0;right=0;pointerEvents=1;" vertex="1" parent="Nek5XBPTCzxstixbVNgh-58">
+         <mxCell id="Nek5XBPTCzxstixbVNgh-63" value="" style="shape=partialRectangle;html=1;whiteSpace=wrap;connectable=0;strokeColor=inherit;overflow=hidden;fillColor=none;top=0;left=0;bottom=0;right=0;pointerEvents=1;" parent="Nek5XBPTCzxstixbVNgh-58" vertex="1">
          <mxGeometry x="680" width="170" height="36" as="geometry">
            <mxRectangle width="170" height="36" as="alternateBounds" />
          </mxGeometry>
        </mxCell>
-         <mxCell id="Nek5XBPTCzxstixbVNgh-64" value="" style="shape=partialRectangle;html=1;whiteSpace=wrap;connectable=0;strokeColor=inherit;overflow=hidden;fillColor=none;top=0;left=0;bottom=0;right=0;pointerEvents=1;" vertex="1" parent="Nek5XBPTCzxstixbVNgh-58">
+         <mxCell id="Nek5XBPTCzxstixbVNgh-64" value="" style="shape=partialRectangle;html=1;whiteSpace=wrap;connectable=0;strokeColor=inherit;overflow=hidden;fillColor=none;top=0;left=0;bottom=0;right=0;pointerEvents=1;" parent="Nek5XBPTCzxstixbVNgh-58" vertex="1">
          <mxGeometry x="850" width="171" height="36" as="geometry">
            <mxRectangle width="171" height="36" as="alternateBounds" />
          </mxGeometry>
        </mxCell>
-         <mxCell id="Nek5XBPTCzxstixbVNgh-65" value="" style="shape=partialRectangle;html=1;whiteSpace=wrap;connectable=0;strokeColor=inherit;overflow=hidden;fillColor=none;top=0;left=0;bottom=0;right=0;pointerEvents=1;" vertex="1" parent="Nek5XBPTCzxstixbVNgh-58">
+         <mxCell id="Nek5XBPTCzxstixbVNgh-65" value="" style="shape=partialRectangle;html=1;whiteSpace=wrap;connectable=0;strokeColor=inherit;overflow=hidden;fillColor=none;top=0;left=0;bottom=0;right=0;pointerEvents=1;" parent="Nek5XBPTCzxstixbVNgh-58" vertex="1">
          <mxGeometry x="1021" width="169" height="36" as="geometry">
            <mxRectangle width="169" height="36" as="alternateBounds" />
          </mxGeometry>
        </mxCell>
-         <mxCell id="Nek5XBPTCzxstixbVNgh-66" value="Управление договорами" style="shape=partialRectangle;html=1;whiteSpace=wrap;connectable=0;strokeColor=inherit;overflow=hidden;fillColor=none;top=0;left=0;bottom=0;right=0;pointerEvents=1;" vertex="1" parent="Nek5XBPTCzxstixbVNgh-58">
+         <mxCell id="Nek5XBPTCzxstixbVNgh-66" value="Управление договорами" style="shape=partialRectangle;html=1;whiteSpace=wrap;connectable=0;strokeColor=inherit;overflow=hidden;fillColor=none;top=0;left=0;bottom=0;right=0;pointerEvents=1;" parent="Nek5XBPTCzxstixbVNgh-58" vertex="1">
          <mxGeometry x="1190" width="170" height="36" as="geometry">
            <mxRectangle width="170" height="36" as="alternateBounds" />
          </mxGeometry>
        </mxCell>
      </root>
    </mxGraphModel>
  </diagram>
</mxfile>
